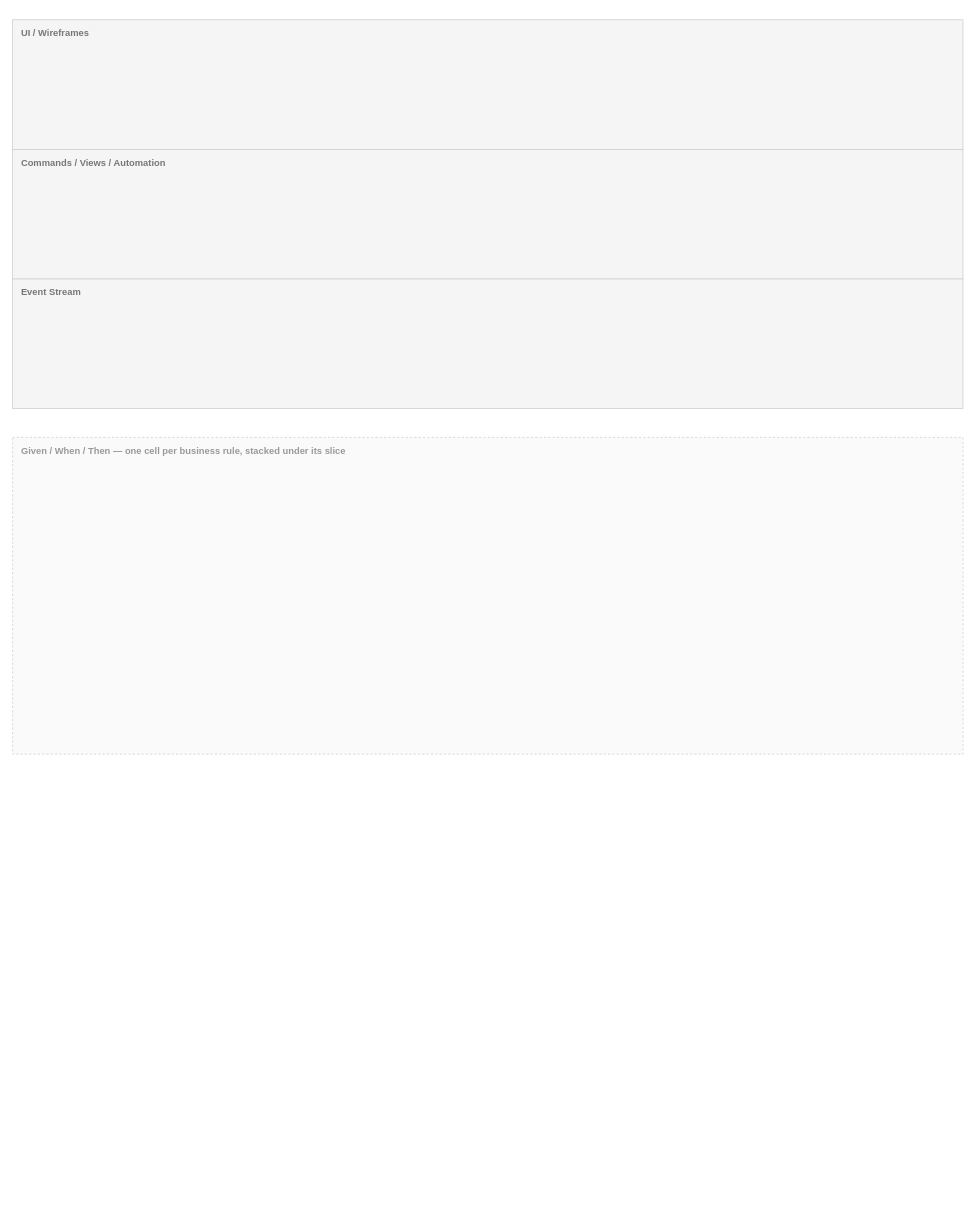
This is diagrams/template.drawio from attrectomma/ClaudeEventModeler, a draw.io file, before an edit. Source tidied: cells renumbered, new cells numbered last; positions are measured from the earlier drawing's top-left corner, leaving out a move shared by most shapes. Both pictures are drawn from the tidied source at 72%, with x=0, y=0 at pixel (12, 19).
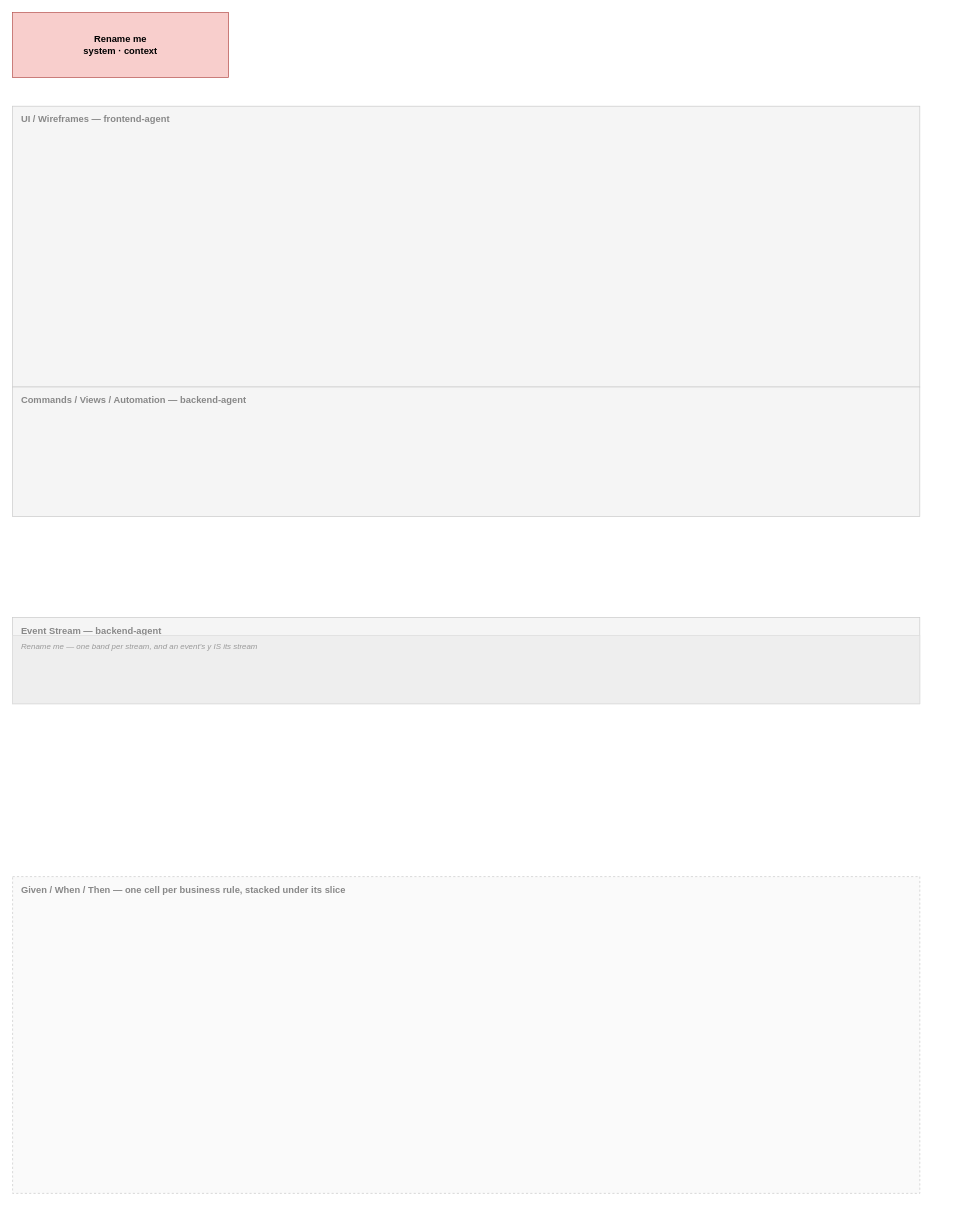
The same page after the edit.

Commit message (it also covers changes not shown here):
Wireframes on the model, screen identity, and the skill rewritten in order

What changed in the source:
```diff
@@
 <mxGraphModel>
   <root>
     <mxCell id="0" />
     <mxCell id="1" parent="0" />
+    <mxCell id="6" value="Rename me&#10;system · context" style="rounded=0;whiteSpace=wrap;html=1;fillColor=#f8cecc;strokeColor=#b85450;fontSize=13;fontStyle=1;verticalAlign=middle;" parent="1" vertex="1">
+      <mxGeometry y="-10" width="300" height="90" as="geometry" />
+    </mxCell>
-    <mxCell id="2" value="UI / Wireframes" style="rounded=0;whiteSpace=wrap;html=1;fillColor=#f5f5f5;strokeColor=#cccccc;verticalAlign=top;align=left;spacingLeft=10;spacingTop=4;fontStyle=1;fontColor=#777777;fontSize=13;" parent="1" vertex="1">
-      <mxGeometry width="1320" height="180" as="geometry" />
+    <mxCell id="2" value="UI / Wireframes — frontend-agent" style="rounded=0;whiteSpace=wrap;html=1;fillColor=#f5f5f5;strokeColor=#cccccc;verticalAlign=top;align=left;spacingLeft=10;spacingTop=4;fontStyle=1;fontColor=#888888;fontSize=13;" parent="1" vertex="1">
+      <mxGeometry y="120" width="1260" height="390" as="geometry" />
     </mxCell>
-    <mxCell id="3" value="Commands / Views / Automation" style="rounded=0;whiteSpace=wrap;html=1;fillColor=#f5f5f5;strokeColor=#cccccc;verticalAlign=top;align=left;spacingLeft=10;spacingTop=4;fontStyle=1;fontColor=#777777;fontSize=13;" parent="1" vertex="1">
-      <mxGeometry y="180" width="1320" height="180" as="geometry" />
+    <mxCell id="3" value="Commands / Views / Automation — backend-agent" style="rounded=0;whiteSpace=wrap;html=1;fillColor=#f5f5f5;strokeColor=#cccccc;verticalAlign=top;align=left;spacingLeft=10;spacingTop=4;fontStyle=1;fontColor=#888888;fontSize=13;" parent="1" vertex="1">
+      <mxGeometry y="510" width="1260" height="180" as="geometry" />
     </mxCell>
-    <mxCell id="4" value="Event Stream" style="rounded=0;whiteSpace=wrap;html=1;fillColor=#f5f5f5;strokeColor=#cccccc;verticalAlign=top;align=left;spacingLeft=10;spacingTop=4;fontStyle=1;fontColor=#777777;fontSize=13;" parent="1" vertex="1">
-      <mxGeometry y="360" width="1320" height="180" as="geometry" />
+    <mxCell id="4" value="Event Stream — backend-agent" style="rounded=0;whiteSpace=wrap;html=1;fillColor=#f5f5f5;strokeColor=#cccccc;verticalAlign=top;align=left;spacingLeft=10;spacingTop=4;fontStyle=1;fontColor=#888888;fontSize=13;" parent="1" vertex="1">
+      <mxGeometry y="830" width="1260" height="120" as="geometry" />
     </mxCell>
+    <mxCell id="7" value="Rename me — one band per stream, and an event's y IS its stream" style="rounded=0;whiteSpace=wrap;html=1;fillColor=#eeeeee;strokeColor=#dddddd;verticalAlign=top;align=left;spacingLeft=10;spacingTop=2;fontStyle=2;fontColor=#999999;fontSize=11;" parent="1" vertex="1">
+      <mxGeometry y="855" width="1260" height="95" as="geometry" />
+    </mxCell>
-    <mxCell id="5" value="Given / When / Then — one cell per business rule, stacked under its slice" style="rounded=0;whiteSpace=wrap;html=1;fillColor=#fafafa;strokeColor=#cccccc;dashed=1;verticalAlign=top;align=left;spacingLeft=10;spacingTop=4;fontStyle=1;fontColor=#999999;fontSize=13;" parent="1" vertex="1">
-      <mxGeometry y="580" width="1320" height="440" as="geometry" />
+    <mxCell id="5" value="Given / When / Then — one cell per business rule, stacked under its slice" style="rounded=0;whiteSpace=wrap;html=1;fillColor=#fafafa;strokeColor=#cccccc;dashed=1;verticalAlign=top;align=left;spacingLeft=10;spacingTop=4;fontStyle=1;fontColor=#888888;fontSize=13;" parent="1" vertex="1">
+      <mxGeometry y="1190" width="1260" height="440" as="geometry" />
     </mxCell>
   </root>
 </mxGraphModel>
```
